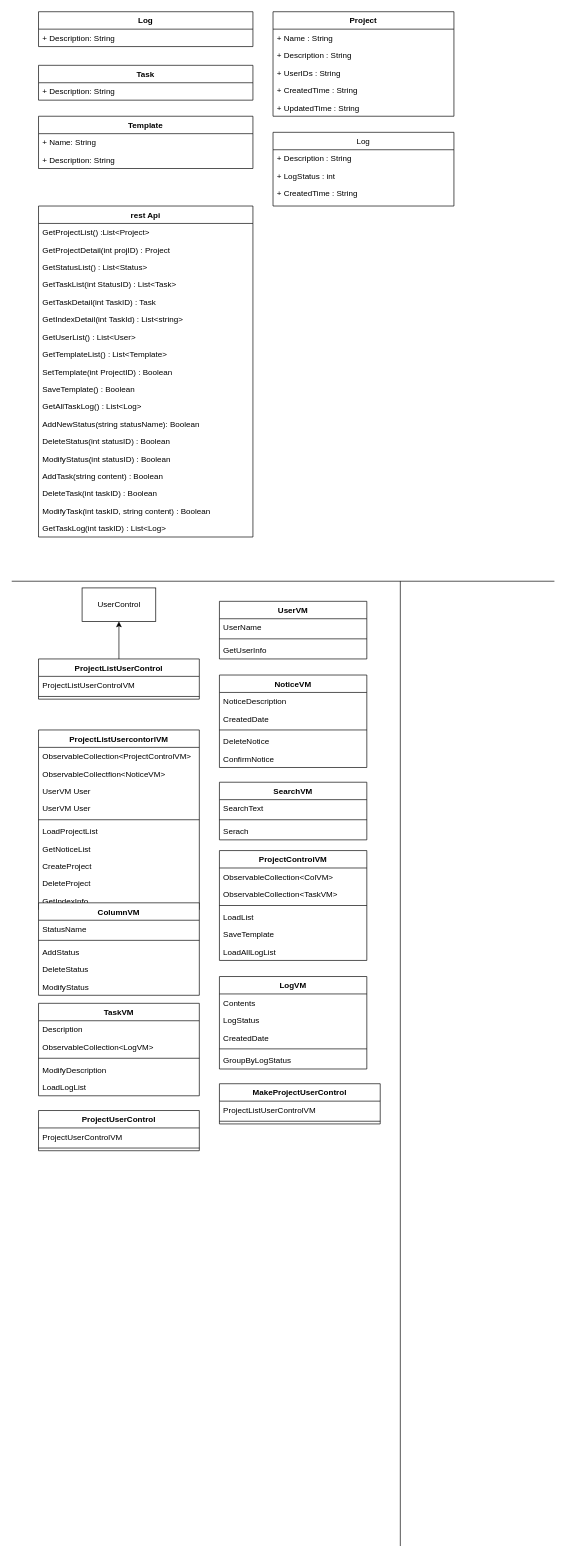
This is Untitled Diagram.drawio from InsoooooooooJANG/TIL, a draw.io file, before an edit. Source tidied: cells renumbered, new cells numbered last; positions are measured from the earlier drawing's top-left corner, leaving out a move shared by most shapes. Both pictures are drawn from the tidied source at 67%, with x=0, y=0 at pixel (11, 11).
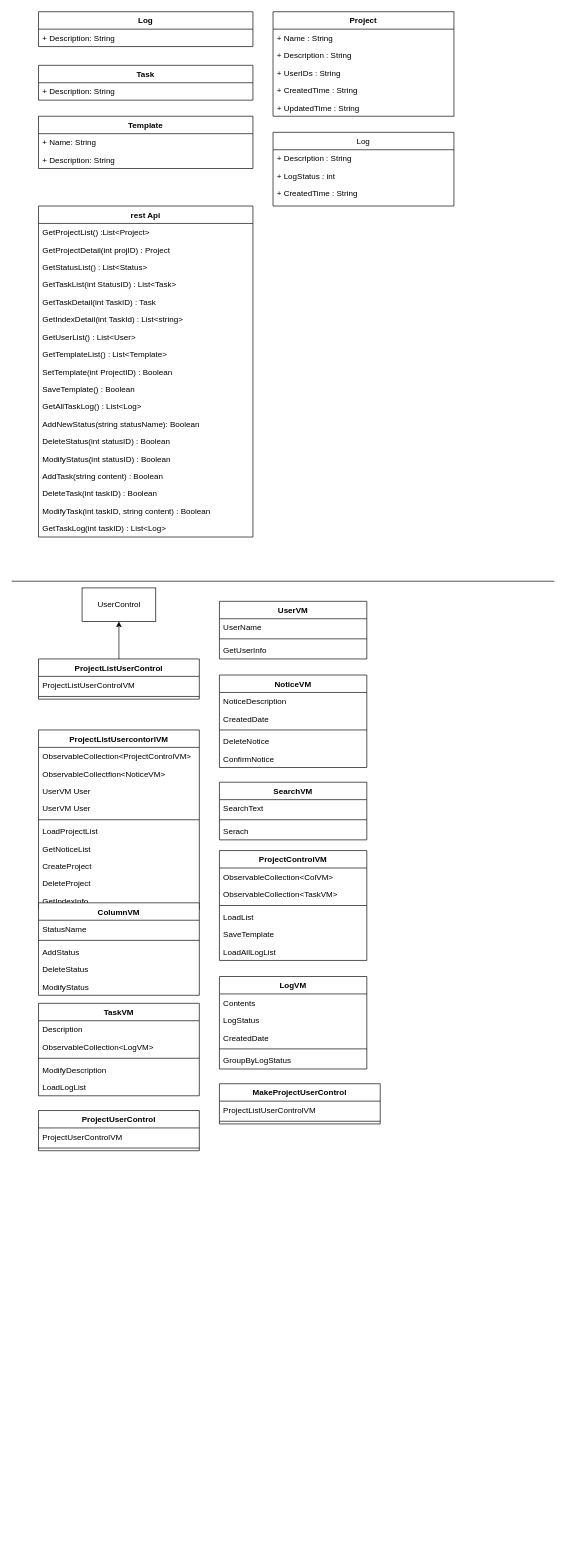
After the change.

Diff of the diagram source:
```diff
@@
-    <mxCell id="35" style="endArrow=none;html=1;" parent="1" edge="1">
-      <mxGeometry relative="1" as="geometry">
-        <mxPoint x="580" y="2290" as="sourcePoint" />
-        <mxPoint x="580" y="850" as="targetPoint" />
-      </mxGeometry>
-    </mxCell>
```
